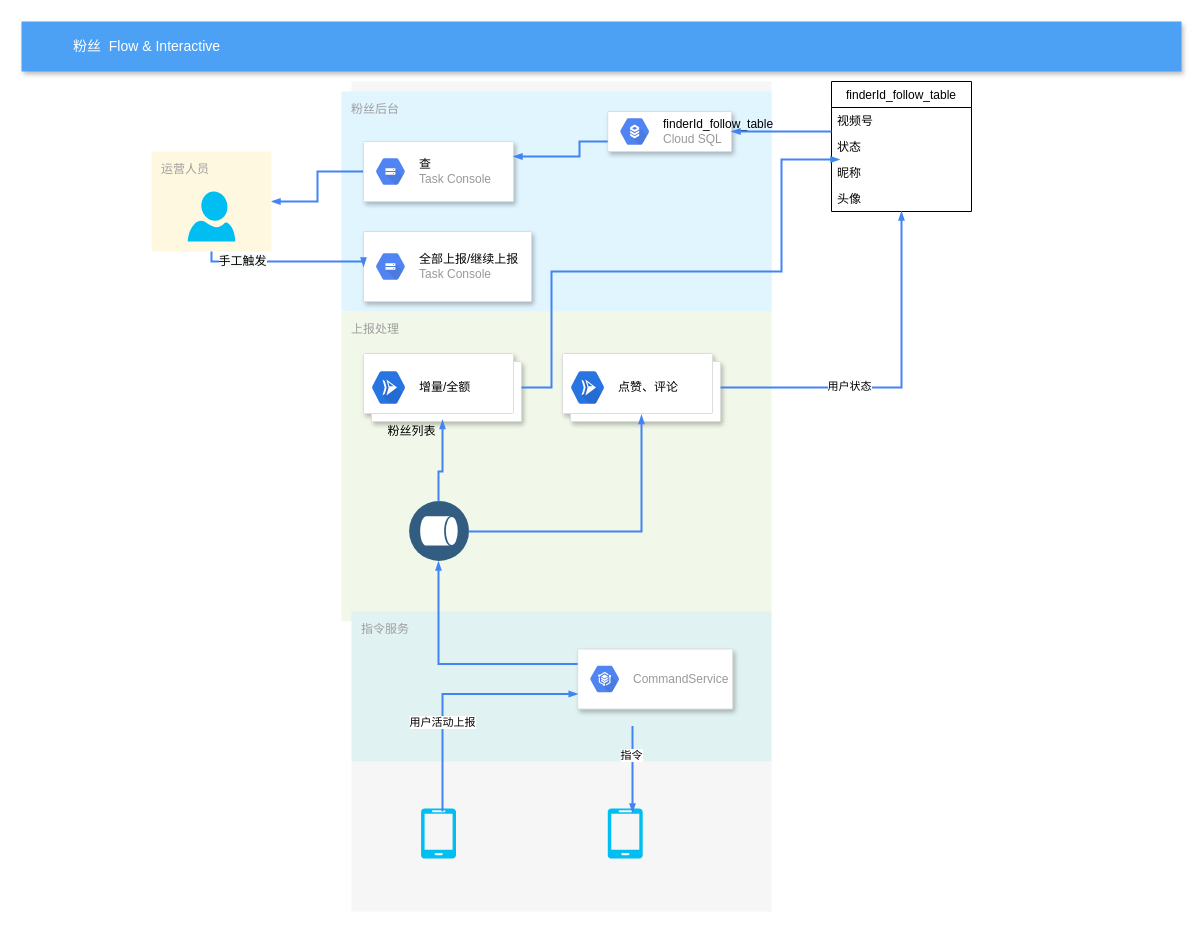
The draw.io diagram craft/finderId_follow1.drawio in feihu618/drawio, before the edit. Source tidied: cells renumbered, new cells numbered last; positions are measured from the earlier drawing's top-left corner, leaving out a move shared by most shapes. Both pictures are drawn from the tidied source at 100%, with x=0, y=0 at pixel (21, 21).
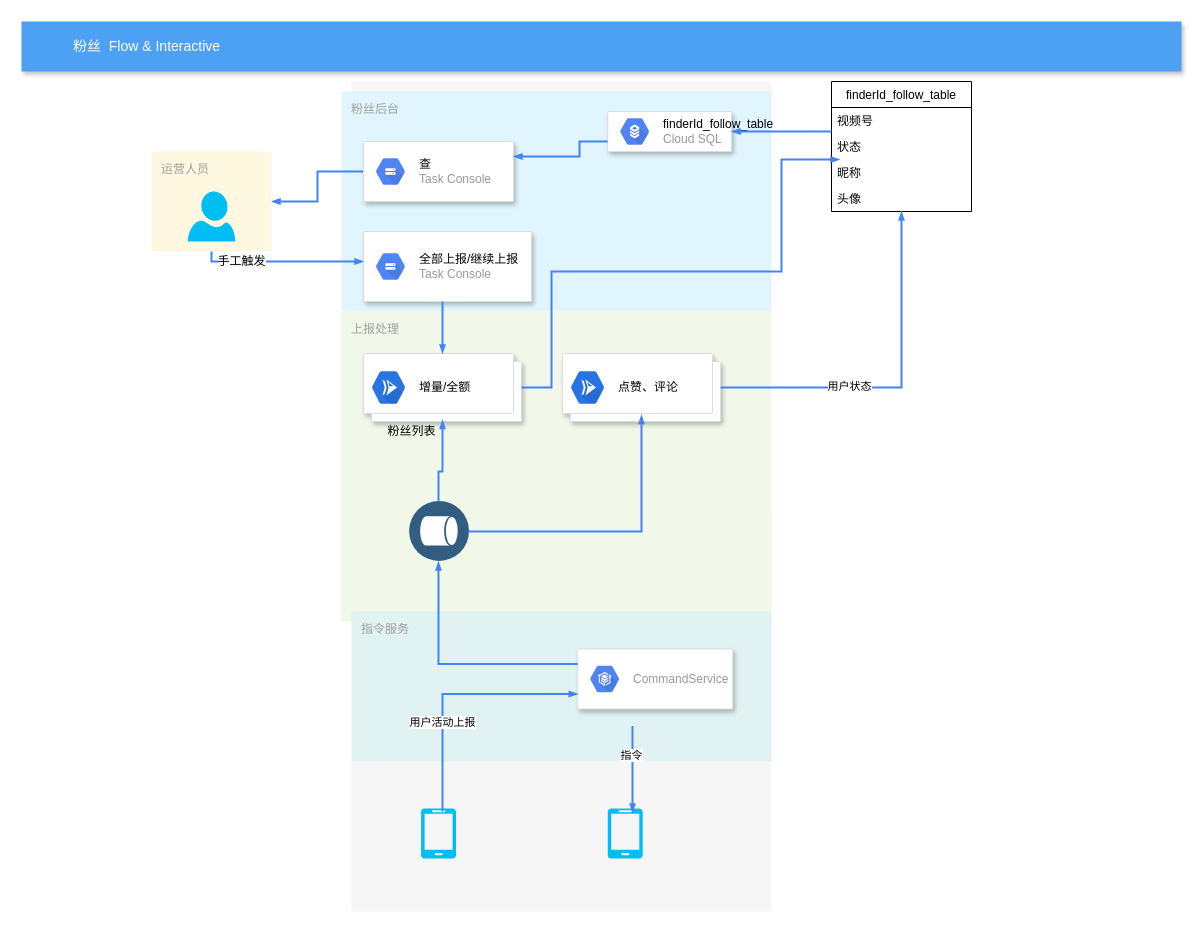
After the change.

Unchanged cells that the change refers to:
```xml
<mxCell id="6" value="运营人员" style="rounded=1;absoluteArcSize=1;arcSize=2;html=1;strokeColor=none;gradientColor=none;shadow=0;dashed=0;strokeColor=none;fontSize=12;fontColor=#9E9E9E;align=left;verticalAlign=top;spacing=10;spacingTop=-4;fillColor=#FFF8E1;" parent="1" vertex="1">
  <mxGeometry x="130" y="130" width="120" height="100" as="geometry" />
</mxCell>
<mxCell id="15" style="shape=mxgraph.gcp2.doubleRect;strokeColor=#dddddd;shadow=1;strokeWidth=1;" parent="1" vertex="1">
  <mxGeometry x="342" y="332" width="158" height="68" as="geometry" />
</mxCell>
<mxCell id="46" style="strokeColor=#dddddd;fillColor=#ffffff;shadow=1;strokeWidth=1;rounded=1;absoluteArcSize=1;arcSize=2;fontSize=10;fontColor=#9E9E9E;align=center;html=1;" parent="1" vertex="1">
  <mxGeometry x="342" y="210" width="168" height="70" as="geometry" />
</mxCell>
```

The edit, as a diff of the source:
```diff
@@
-    <mxCell id="48" style="edgeStyle=orthogonalEdgeStyle;rounded=0;html=1;labelBackgroundColor=none;startFill=1;startSize=4;endArrow=blockThin;endFill=1;endSize=4;jettySize=auto;strokeColor=#4284F3;strokeWidth=2;fontSize=12;fontColor=#000000;align=center;dashed=0;entryX=0;entryY=0.5;entryDx=0;entryDy=0;" parent="1" edge="1" source="6" target="46">
+    <mxCell id="48" style="edgeStyle=orthogonalEdgeStyle;rounded=0;html=1;labelBackgroundColor=none;startFill=1;startSize=4;endArrow=blockThin;endFill=1;endSize=4;jettySize=auto;strokeColor=#4284F3;strokeWidth=2;fontSize=12;fontColor=#000000;align=center;dashed=0;" parent="1" edge="1" source="6">
       <mxGeometry relative="1" as="geometry">
+        <mxPoint x="342" y="240" as="targetPoint" />
         <Array as="points">
           <mxPoint x="190" y="240" />
         </Array>
       </mxGeometry>
     </mxCell>
@@
+    <mxCell id="50" style="edgeStyle=orthogonalEdgeStyle;rounded=0;html=1;labelBackgroundColor=none;startFill=1;startSize=4;endArrow=blockThin;endFill=1;endSize=4;jettySize=auto;strokeColor=#4284F3;strokeWidth=2;fontSize=12;fontColor=#000000;align=center;dashed=0;entryX=0.5;entryY=0;entryDx=0;entryDy=0;" parent="1" edge="1" target="15">
+      <mxGeometry relative="1" as="geometry">
+        <mxPoint x="421" y="280" as="sourcePoint" />
+        <Array as="points">
+          <mxPoint x="421" y="280" />
+        </Array>
+      </mxGeometry>
+    </mxCell>
```
